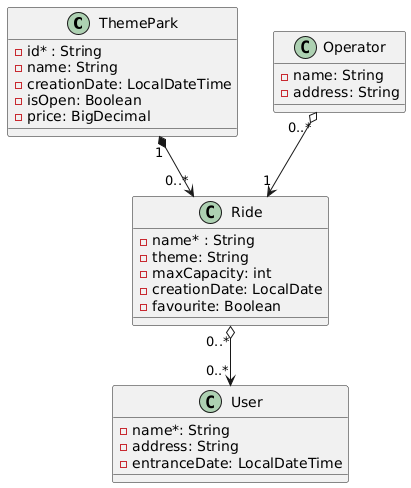
miw-upm/apaw-practice keeps this PlantUML diagram as docs/theme-park.models.png. Above is the earlier version.
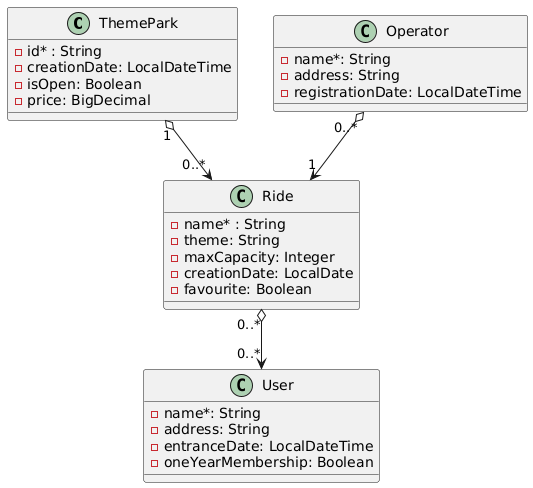
The same diagram one commit later.

Commit message:
Models correction and uml diagram #823

What changed in the source:
```diff
@@ -4,13 +4,12 @@
 class Operator
 class User
 
-ThemePark "1" *-down-> "0..*" Ride
+ThemePark "1" o-down-> "0..*" Ride
 Ride "0..*" o-down-> "0..*" User
 Operator "0..*" o-down-> "1" Ride
 
 class ThemePark{
  - id* : String
- - name: String
  - creationDate: LocalDateTime
  - isOpen: Boolean
  - price: BigDecimal
@@ -19,7 +18,7 @@
 class Ride{
  - name* : String
  - theme: String
- - maxCapacity: int
+ - maxCapacity: Integer
  - creationDate: LocalDate
  - favourite: Boolean
 }
@@ -28,10 +27,12 @@
  - name*: String
  - address: String
  - entranceDate: LocalDateTime
+ - oneYearMembership: Boolean
 }
 
 class Operator{
- - name: String
+ - name*: String
  - address: String
+ - registrationDate: LocalDateTime
 }
 @enduml
```
